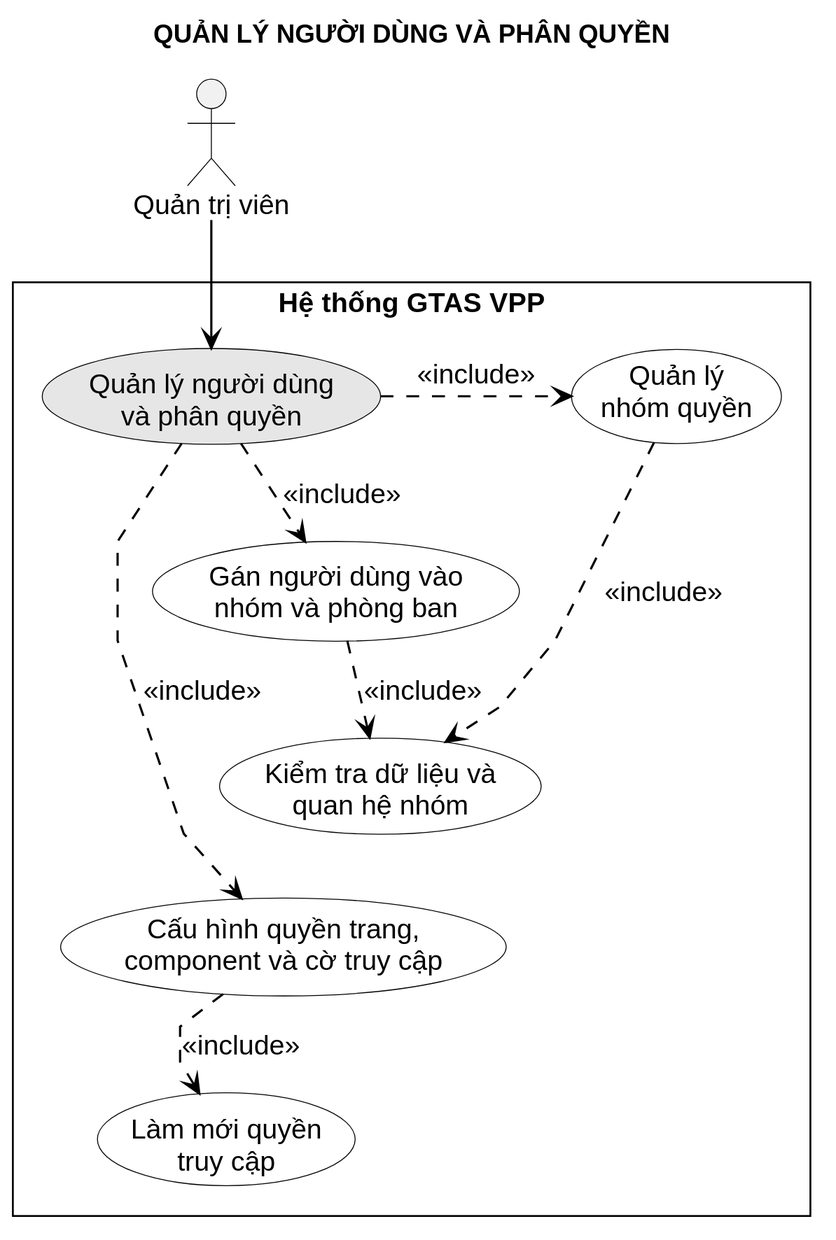
Earlier version of the PlantUML export LVTN/diagrams/ch03/use-case-manage-permissions.svg (Miikey24s/gtas_vpp).
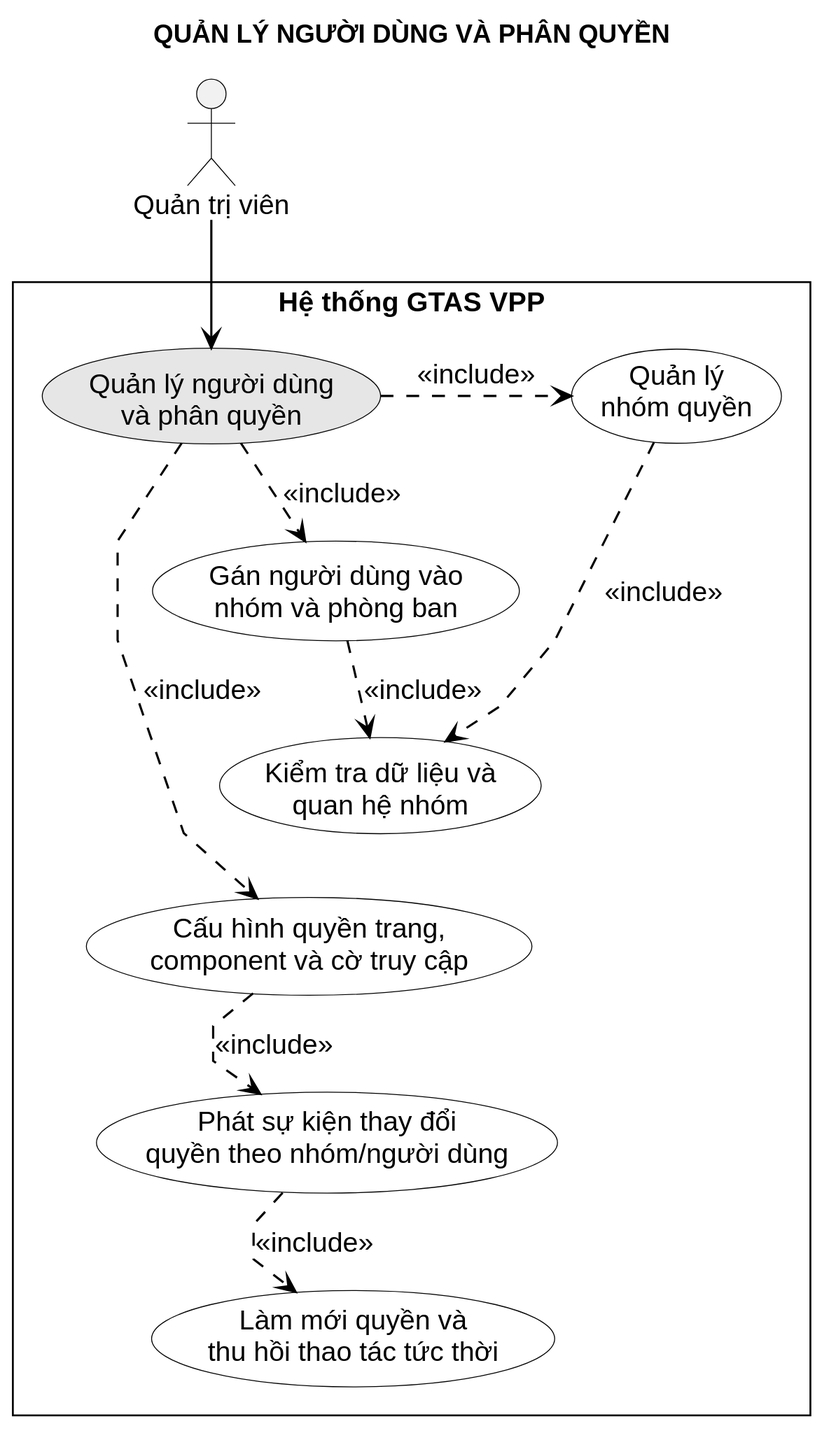
The same file after the commit.

Change to the diagram source:
```diff
@@ -10,7 +10,8 @@
   usecase "Gán người dùng vào\nnhóm và phòng ban" as Assignment
   usecase "Cấu hình quyền trang,\ncomponent và cờ truy cập" as Permission
   usecase "Kiểm tra dữ liệu và\nquan hệ nhóm" as Validate
-  usecase "Làm mới quyền\ntruy cập" as Refresh
+  usecase "Phát sự kiện thay đổi\nquyền theo nhóm/người dùng" as Notify
+  usecase "Làm mới quyền và\nthu hồi thao tác tức thời" as Refresh
 
   Manage -[hidden]right- Group
   Manage .> Group : <<include>>
@@ -18,12 +19,14 @@
   Manage .> Permission : <<include>>
   Group .> Validate : <<include>>
   Assignment .> Validate : <<include>>
-  Permission .> Refresh : <<include>>
+  Permission .> Notify : <<include>>
+  Notify .> Refresh : <<include>>
 
   Group -[hidden]down- Assignment
   Assignment -[hidden]down- Validate
   Validate -[hidden]down- Permission
-  Permission -[hidden]down- Refresh
+  Permission -[hidden]down- Notify
+  Notify -[hidden]down- Refresh
 }
 
 Admin --> Manage
```
